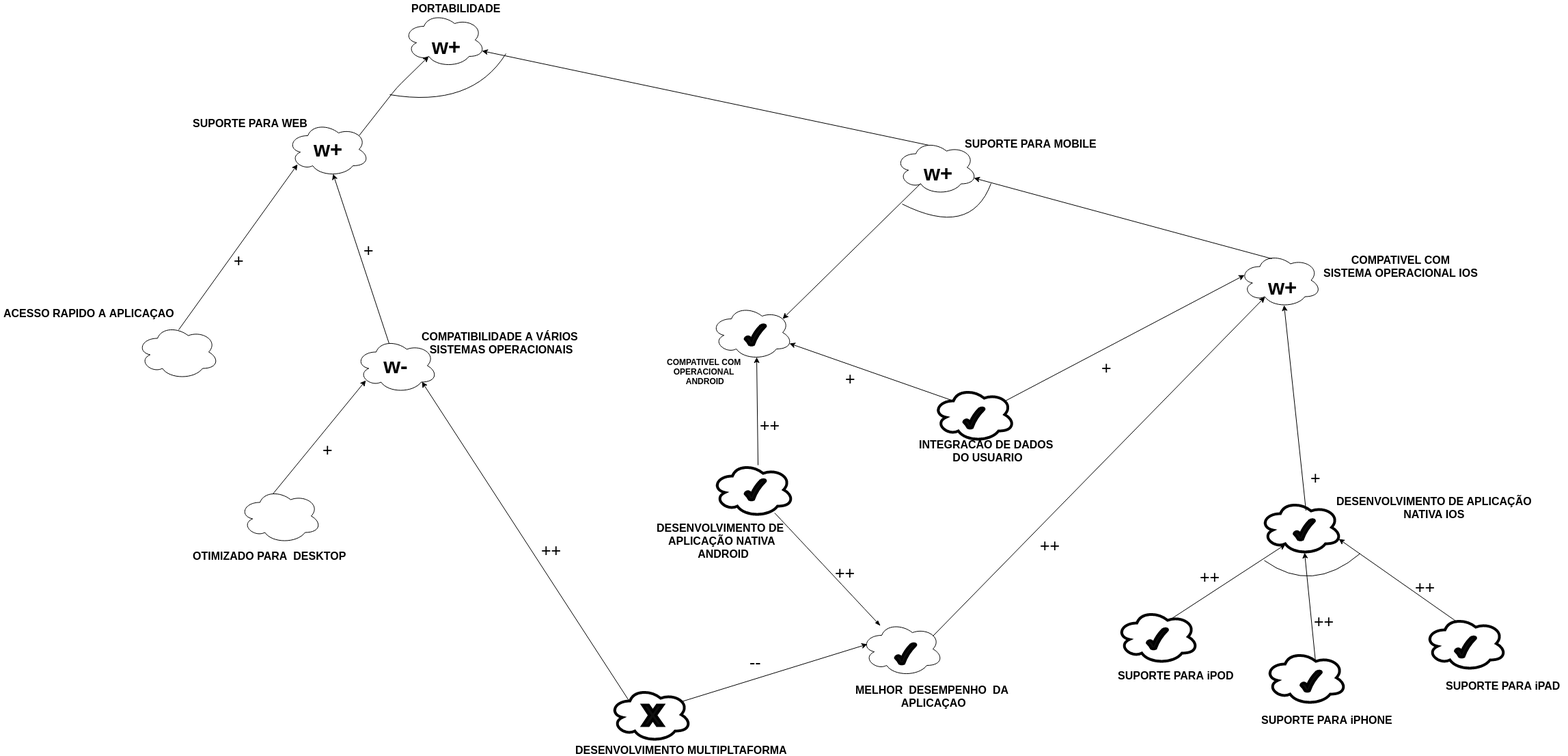
This is NRF_Istar/Portabilidade.png from Andre-Eduardo/2019.1-Requisitos-Moovit, a draw.io export, as it was before one commit. Source tidied: cells renumbered, new cells last; positions are measured from the earlier drawing's top-left corner, leaving out a move shared by most shapes.
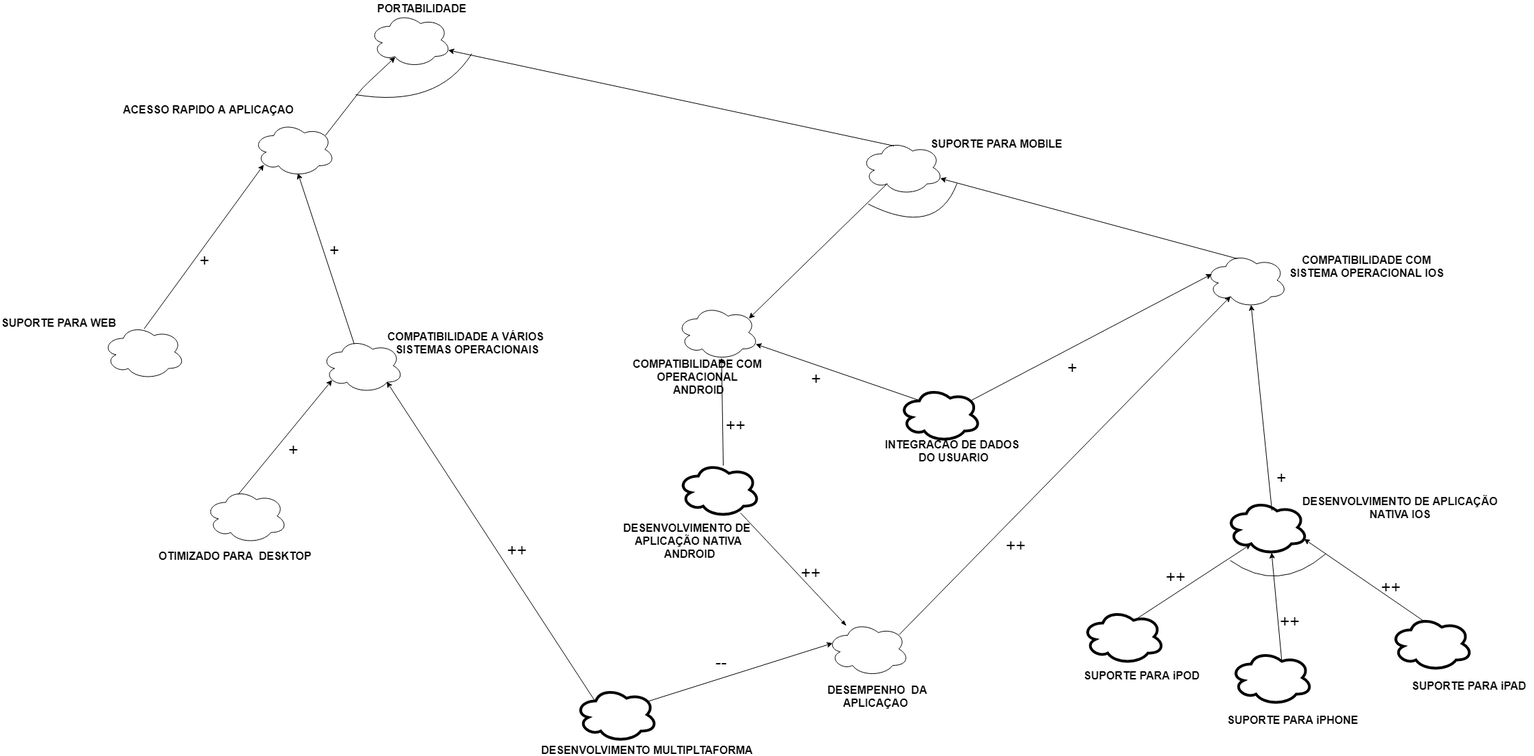
The same diagram one commit later.

Diff of the diagram source:
```diff
@@ -38,13 +38,13 @@
     <mxCell id="13" style="ellipse;shape=cloud;whiteSpace=wrap;html=1;strokeWidth=4;" parent="1" vertex="1">
       <mxGeometry x="891.5" y="1005" width="120" height="80" as="geometry" />
     </mxCell>
-    <mxCell id="14" value="&lt;b&gt;&lt;font style=&quot;font-size: 31px&quot;&gt;w+&lt;/font&gt;&lt;/b&gt;" style="ellipse;shape=cloud;whiteSpace=wrap;html=1;" parent="1" vertex="1">
+    <mxCell id="14" style="ellipse;shape=cloud;whiteSpace=wrap;html=1;" parent="1" vertex="1">
       <mxGeometry x="420" y="178" width="120" height="80" as="geometry" />
     </mxCell>
     <mxCell id="15" style="ellipse;shape=cloud;whiteSpace=wrap;html=1;strokeWidth=4;" parent="1" vertex="1">
       <mxGeometry x="1365" y="566" width="120" height="80" as="geometry" />
     </mxCell>
-    <mxCell id="16" value="&lt;font size=&quot;1&quot;&gt;&lt;b style=&quot;font-size: 32px&quot;&gt;w-&lt;/b&gt;&lt;/font&gt;" style="ellipse;shape=cloud;whiteSpace=wrap;html=1;" parent="1" vertex="1">
+    <mxCell id="16" style="ellipse;shape=cloud;whiteSpace=wrap;html=1;" parent="1" vertex="1">
       <mxGeometry x="520" y="494.5" width="120" height="80" as="geometry" />
     </mxCell>
     <mxCell id="17" style="ellipse;shape=cloud;whiteSpace=wrap;html=1;" parent="1" vertex="1">
@@ -57,15 +57,15 @@
       <mxGeometry x="600" width="140" height="20" as="geometry" />
     </mxCell>
     <mxCell id="20" value="&lt;div style=&quot;text-align: center&quot;&gt;&lt;b&gt;&lt;font style=&quot;font-size: 16px&quot;&gt;SUPORTE PARA WEB&lt;/font&gt;&lt;/b&gt;&lt;/div&gt;" style="text;html=1;align=left;verticalAlign=top;spacingTop=-4;" parent="1" vertex="1">
-      <mxGeometry x="280" y="168" width="180" height="20" as="geometry" />
+      <mxGeometry x="50" y="459.5" width="180" height="20" as="geometry" />
     </mxCell>
     <mxCell id="21" value="&lt;div style=&quot;text-align: center&quot;&gt;&lt;span&gt;&lt;b&gt;&lt;font style=&quot;font-size: 16px&quot;&gt;SUPORTE PARA MOBILE&lt;/font&gt;&lt;/b&gt;&lt;/span&gt;&lt;/div&gt;" style="text;html=1;align=left;verticalAlign=top;spacingTop=-4;" parent="1" vertex="1">
       <mxGeometry x="1410" y="198" width="210" height="20" as="geometry" />
     </mxCell>
-    <mxCell id="22" value="&lt;div style=&quot;text-align: center&quot;&gt;&lt;span&gt;COMPATIVEL COM&lt;/span&gt;&lt;/div&gt;&lt;div style=&quot;text-align: center&quot;&gt;&lt;span&gt;OPERACIONAL&lt;/span&gt;&lt;/div&gt;&lt;div style=&quot;text-align: center&quot;&gt;&lt;span&gt;&amp;nbsp;ANDROID&lt;/span&gt;&lt;/div&gt;" style="text;html=1;align=center;verticalAlign=top;spacingTop=-4;fontStyle=1;" parent="1" vertex="1">
-      <mxGeometry x="970" y="519.5" width="120" height="40" as="geometry" />
+    <mxCell id="22" value="&lt;div style=&quot;text-align: center ; font-size: 16px&quot;&gt;&lt;b&gt;COMPATIBILIDADE&amp;nbsp;&lt;/b&gt;COM&lt;b&gt;&lt;br&gt;&lt;/b&gt;&lt;div&gt;OPERACIONAL&lt;/div&gt;&lt;div&gt;&amp;nbsp;ANDROID&lt;/div&gt;&lt;/div&gt;" style="text;html=1;align=center;verticalAlign=top;spacingTop=-4;fontStyle=1;" parent="1" vertex="1">
+      <mxGeometry x="970" y="519.5" width="200" height="40" as="geometry" />
     </mxCell>
-    <mxCell id="23" value="&lt;div style=&quot;text-align: center ; font-size: 16px&quot;&gt;&lt;b&gt;&lt;font style=&quot;font-size: 16px&quot;&gt;COMPATIVEL COM&lt;/font&gt;&lt;/b&gt;&lt;/div&gt;&lt;div style=&quot;text-align: center ; font-size: 16px&quot;&gt;&lt;b&gt;&lt;font style=&quot;font-size: 16px&quot;&gt;SISTEMA OPERACIONAL IOS&lt;/font&gt;&lt;/b&gt;&lt;/div&gt;" style="text;html=1;align=left;verticalAlign=top;spacingTop=-4;" parent="1" vertex="1">
+    <mxCell id="23" value="&lt;div style=&quot;text-align: center ; font-size: 16px&quot;&gt;&lt;div&gt;&lt;span&gt;&lt;b&gt;COMPATIBILIDADE&lt;/b&gt;&lt;/span&gt;&lt;b&gt;&amp;nbsp;COM&lt;/b&gt;&lt;/div&gt;&lt;div&gt;&lt;b&gt;SISTEMA OPERACIONAL IOS&lt;/b&gt;&lt;/div&gt;&lt;/div&gt;" style="text;html=1;align=left;verticalAlign=top;spacingTop=-4;" parent="1" vertex="1">
       <mxGeometry x="1934.5" y="367.5" width="240" height="30" as="geometry" />
     </mxCell>
     <mxCell id="24" value="&lt;b style=&quot;font-size: 16px&quot;&gt;DESENVOLVIMENTO DE &lt;br&gt;APLICAÇÃO NATIVA&lt;br&gt;&amp;nbsp;ANDROID&lt;/b&gt;" style="text;html=1;align=center;verticalAlign=top;spacingTop=-4;" parent="1" vertex="1">
@@ -81,7 +81,7 @@
       <mxGeometry x="1843.5" y="1041" width="200" height="20" as="geometry" />
     </mxCell>
     <mxCell id="28" value="&lt;font style=&quot;font-size: 16px&quot;&gt;ACESSO RAPIDO A APLICAÇAO&lt;/font&gt;" style="text;html=1;align=center;verticalAlign=top;spacingTop=-4;fontStyle=1;" parent="1" vertex="1">
-      <mxGeometry y="446" width="260" height="20" as="geometry" />
+      <mxGeometry x="225" y="148" width="260" height="20" as="geometry" />
     </mxCell>
     <mxCell id="29" value="&lt;div style=&quot;text-align: center ; font-size: 16px&quot;&gt;&lt;b&gt;&lt;font style=&quot;font-size: 16px&quot;&gt;COMPATIBILIDADE A VÁRIOS&amp;nbsp;&lt;/font&gt;&lt;/b&gt;&lt;/div&gt;&lt;div style=&quot;text-align: center ; font-size: 16px&quot;&gt;&lt;b&gt;&lt;font style=&quot;font-size: 16px&quot;&gt;SISTEMAS OPERACIONAIS&lt;/font&gt;&lt;/b&gt;&lt;/div&gt;" style="text;html=1;align=left;verticalAlign=top;spacingTop=-4;" parent="1" vertex="1">
       <mxGeometry x="615" y="479.5" width="250" height="30" as="geometry" />
@@ -203,8 +203,8 @@
     <mxCell id="60" value="&lt;div style=&quot;text-align: center&quot;&gt;&lt;b&gt;&lt;font style=&quot;font-size: 16px&quot;&gt;DESENVOLVIMENTO MULTIPLTAFORMA&lt;/font&gt;&lt;/b&gt;&lt;/div&gt;" style="text;html=1;align=left;verticalAlign=top;spacingTop=-4;" parent="1" vertex="1">
       <mxGeometry x="840" y="1085" width="330" height="20" as="geometry" />
     </mxCell>
-    <mxCell id="61" value="&lt;div style=&quot;text-align: center ; font-size: 16px&quot;&gt;&lt;b&gt;&lt;font style=&quot;font-size: 16px&quot;&gt;MELHOR&amp;nbsp; DESEMPENHO&amp;nbsp; DA&lt;/font&gt;&lt;/b&gt;&lt;/div&gt;&lt;div style=&quot;text-align: center ; font-size: 16px&quot;&gt;&lt;b&gt;&lt;font style=&quot;font-size: 16px&quot;&gt;&amp;nbsp;APLICAÇAO&lt;/font&gt;&lt;/b&gt;&lt;/div&gt;" style="text;html=1;align=left;verticalAlign=top;spacingTop=-4;" parent="1" vertex="1">
-      <mxGeometry x="1250" y="997" width="240" height="30" as="geometry" />
+    <mxCell id="61" value="&lt;div style=&quot;text-align: center ; font-size: 16px&quot;&gt;&lt;div&gt;&lt;b&gt;&amp;nbsp; DESEMPENHO&amp;nbsp; DA&lt;/b&gt;&lt;/div&gt;&lt;div&gt;&lt;b&gt;&amp;nbsp;APLICAÇAO&lt;/b&gt;&lt;/div&gt;&lt;/div&gt;" style="text;html=1;align=left;verticalAlign=top;spacingTop=-4;" parent="1" vertex="1">
+      <mxGeometry x="1250" y="997" width="170" height="30" as="geometry" />
     </mxCell>
     <mxCell id="62" style="endArrow=classic;html=1;exitX=0.88;exitY=0.25;exitDx=0;exitDy=0;exitPerimeter=0;entryX=0.31;entryY=0.8;entryDx=0;entryDy=0;entryPerimeter=0;" parent="1" edge="1" source="12" target="4">
       <mxGeometry relative="1" as="geometry" />
@@ -227,40 +227,7 @@
     <mxCell id="68" value="&lt;div style=&quot;text-align: center&quot;&gt;&lt;span style=&quot;font-size: 25px&quot;&gt;++&lt;/span&gt;&lt;/div&gt;" style="text;html=1;align=left;verticalAlign=top;spacingTop=-4;" parent="1" vertex="1">
       <mxGeometry x="1520" y="779.5" width="50" height="20" as="geometry" />
     </mxCell>
-    <mxCell id="69" style="verticalLabelPosition=bottom;verticalAlign=top;html=1;shape=mxgraph.basic.x;strokeWidth=4;align=center;fillColor=#0F0F0F;" parent="1" vertex="1">
-      <mxGeometry x="940" y="1031" width="30" height="30" as="geometry" />
-    </mxCell>
-    <mxCell id="70" style="verticalLabelPosition=bottom;verticalAlign=top;html=1;shape=mxgraph.basic.tick;strokeWidth=4;fillColor=#0F0F0F;align=center;" parent="1" vertex="1">
-      <mxGeometry x="1090" y="701" width="30" height="30" as="geometry" />
-    </mxCell>
-    <mxCell id="71" style="verticalLabelPosition=bottom;verticalAlign=top;html=1;shape=mxgraph.basic.tick;strokeWidth=4;fillColor=#0F0F0F;align=center;" parent="1" vertex="1">
-      <mxGeometry x="1310" y="941" width="30" height="30" as="geometry" />
-    </mxCell>
-    <mxCell id="72" style="verticalLabelPosition=bottom;verticalAlign=top;html=1;shape=mxgraph.basic.tick;strokeWidth=4;fillColor=#0F0F0F;align=center;" parent="1" vertex="1">
-      <mxGeometry x="1893.5" y="759.5" width="30" height="30" as="geometry" />
-    </mxCell>
-    <mxCell id="73" style="verticalLabelPosition=bottom;verticalAlign=top;html=1;shape=mxgraph.basic.tick;strokeWidth=4;fillColor=#0F0F0F;align=center;" parent="1" vertex="1">
-      <mxGeometry x="1410" y="596" width="30" height="30" as="geometry" />
-    </mxCell>
-    <mxCell id="74" style="verticalLabelPosition=bottom;verticalAlign=top;html=1;shape=mxgraph.basic.tick;strokeWidth=4;fillColor=#0F0F0F;align=center;" parent="1" vertex="1">
-      <mxGeometry x="1678.5" y="919" width="30" height="30" as="geometry" />
-    </mxCell>
-    <mxCell id="75" style="verticalLabelPosition=bottom;verticalAlign=top;html=1;shape=mxgraph.basic.tick;strokeWidth=4;fillColor=#0F0F0F;align=center;" parent="1" vertex="1">
-      <mxGeometry x="1903.5" y="981" width="30" height="30" as="geometry" />
-    </mxCell>
-    <mxCell id="76" style="verticalLabelPosition=bottom;verticalAlign=top;html=1;shape=mxgraph.basic.tick;strokeWidth=4;fillColor=#0F0F0F;align=center;" parent="1" vertex="1">
-      <mxGeometry x="2129.5" y="931" width="30" height="30" as="geometry" />
-    </mxCell>
-    <mxCell id="77" style="verticalLabelPosition=bottom;verticalAlign=top;html=1;shape=mxgraph.basic.tick;strokeWidth=4;fillColor=#0F0F0F;align=center;" parent="1" vertex="1">
-      <mxGeometry x="1090" y="474.5" width="30" height="30" as="geometry" />
-    </mxCell>
-    <mxCell id="78" value="&lt;div style=&quot;text-align: center&quot;&gt;&lt;b&gt;&lt;font style=&quot;font-size: 31px&quot;&gt;w+&lt;/font&gt;&lt;/b&gt;&lt;/div&gt;" style="text;html=1;" parent="1" vertex="1">
-      <mxGeometry x="1853.5" y="394.5" width="40" height="30" as="geometry" />
-    </mxCell>
-    <mxCell id="79" value="&lt;div style=&quot;text-align: center&quot;&gt;&lt;b&gt;&lt;font style=&quot;font-size: 31px&quot;&gt;w+&lt;/font&gt;&lt;/b&gt;&lt;/div&gt;" style="text;html=1;" parent="1" vertex="1">
-      <mxGeometry x="1350" y="228" width="40" height="30" as="geometry" />
-    </mxCell>
-    <mxCell id="80" value="&lt;div style=&quot;text-align: center&quot;&gt;&lt;b&gt;&lt;font style=&quot;font-size: 31px&quot;&gt;w+&lt;/font&gt;&lt;/b&gt;&lt;/div&gt;" style="text;html=1;" parent="1" vertex="1">
+    <mxCell id="80" value="&lt;div style=&quot;text-align: center&quot;&gt;&lt;br&gt;&lt;/div&gt;" style="text;html=1;" parent="1" vertex="1">
       <mxGeometry x="630" y="43" width="40" height="30" as="geometry" />
     </mxCell>
   </root>
```
